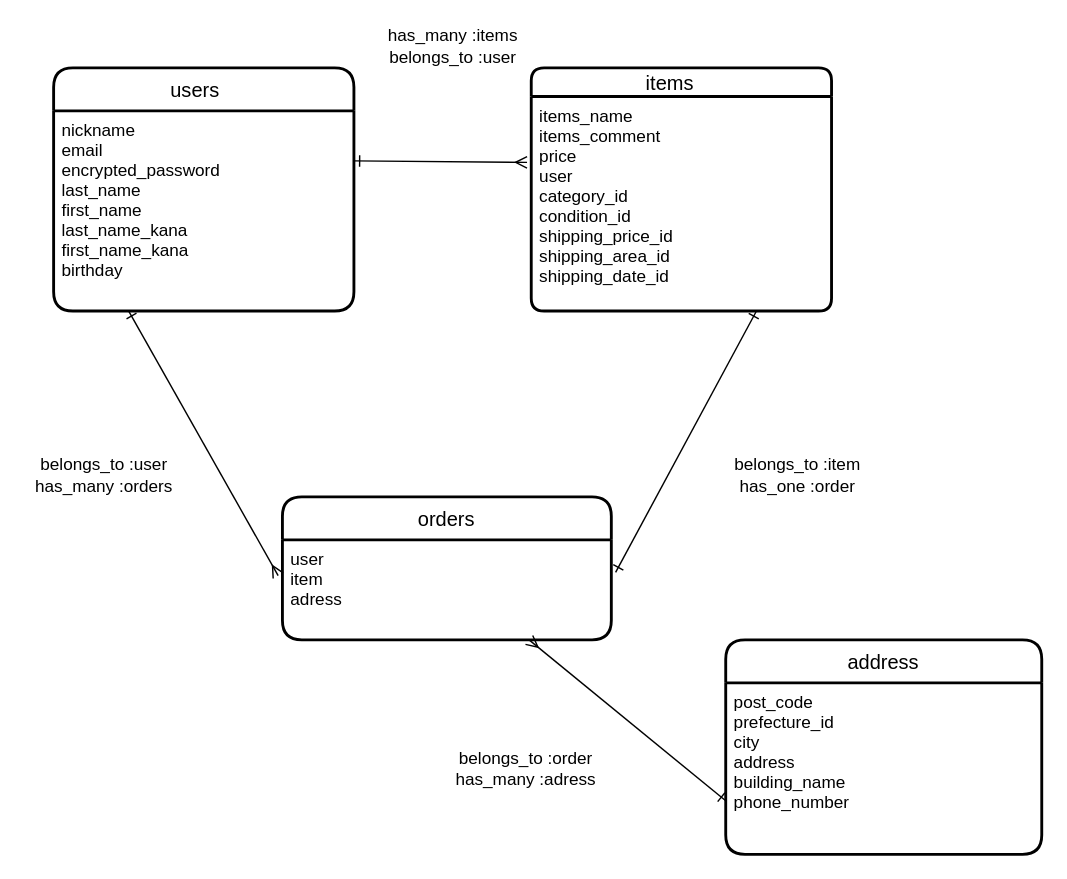
mattyo7126/furima-37635 keeps this draw.io diagram as app/controllers/furima.dio. Above is the earlier version. Source tidied: cells renumbered, new cells numbered last; positions are measured from the earlier drawing's top-left corner, leaving out a move shared by most shapes. Both pictures are drawn from the tidied source at 143%, with x=0, y=0 at pixel (24, 24).
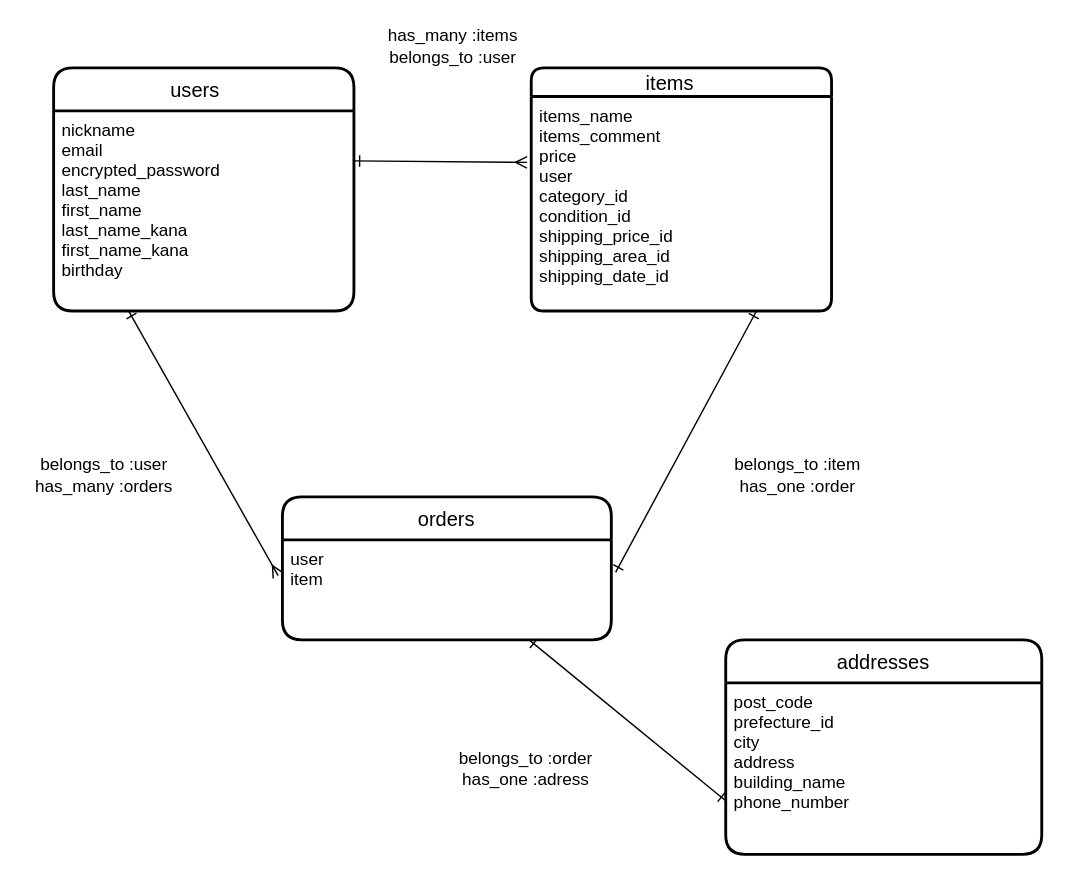
After the change.

Commit message (it also covers changes not shown here):
データベース設計再修正

The edit, as a diff of the source:
```diff
@@
 <mxGraphModel>
   <root>
     <mxCell id="0" />
     <mxCell id="1" parent="0" />
     <mxCell id="2" value="users   " style="swimlane;horizontal=1;startSize=30;rounded=1;fontSize=14;fontStyle=0;strokeWidth=2;shadow=0;dashed=0;align=center;" parent="1" vertex="1">
       <mxGeometry x="20" y="30" width="210" height="170" as="geometry" />
     </mxCell>
     <mxCell id="3" value="nickname&#10;email&#10;encrypted_password&#10;last_name&#10;first_name&#10;last_name_kana&#10;first_name_kana&#10;birthday" style="align=left;strokeColor=none;fillColor=none;spacingLeft=4;fontSize=12;verticalAlign=top;" parent="2" vertex="1">
       <mxGeometry y="30" width="210" height="140" as="geometry" />
     </mxCell>
     <mxCell id="4" value="items    " style="swimlane;horizontal=1;startSize=20;rounded=1;fontSize=14;fontStyle=0;strokeWidth=2;shadow=0;dashed=0;align=center;" parent="1" vertex="1">
       <mxGeometry x="354" y="30" width="210" height="170" as="geometry" />
     </mxCell>
     <mxCell id="5" value="items_name&#10;items_comment&#10;price&#10;user&#10;category_id&#10;condition_id&#10;shipping_price_id&#10;shipping_area_id&#10;shipping_date_id" style="align=left;strokeColor=none;fillColor=none;spacingLeft=4;fontSize=12;verticalAlign=top;" parent="4" vertex="1">
       <mxGeometry y="20" width="210" height="150" as="geometry" />
     </mxCell>
     <mxCell id="6" value="orders" style="swimlane;horizontal=1;startSize=30;rounded=1;fontSize=14;fontStyle=0;strokeWidth=2;shadow=0;dashed=0;align=center;" parent="1" vertex="1">
       <mxGeometry x="180" y="330" width="230" height="100" as="geometry" />
     </mxCell>
-    <mxCell id="7" value="user&#10;item&#10;adress" style="align=left;strokeColor=none;fillColor=none;spacingLeft=4;fontSize=12;verticalAlign=top;" parent="6" vertex="1">
+    <mxCell id="7" value="user&#10;item" style="align=left;strokeColor=none;fillColor=none;spacingLeft=4;fontSize=12;verticalAlign=top;" parent="6" vertex="1">
       <mxGeometry y="30" width="230" height="70" as="geometry" />
     </mxCell>
     <mxCell id="8" style="edgeStyle=none;html=1;exitX=1;exitY=0.25;exitDx=0;exitDy=0;endArrow=ERmany;endFill=0;startArrow=ERone;startFill=0;entryX=-0.014;entryY=0.307;entryDx=0;entryDy=0;entryPerimeter=0;" parent="1" edge="1" source="3" target="5">
       <mxGeometry relative="1" as="geometry" />
     </mxCell>
     <mxCell id="9" style="edgeStyle=none;html=1;exitX=0.25;exitY=1;exitDx=0;exitDy=0;entryX=-0.013;entryY=0.358;entryDx=0;entryDy=0;entryPerimeter=0;startArrow=ERone;startFill=0;endArrow=ERmany;endFill=0;" parent="1" edge="1" source="3" target="7">
       <mxGeometry relative="1" as="geometry" />
     </mxCell>
     <mxCell id="10" style="html=1;exitX=0.75;exitY=1;exitDx=0;exitDy=0;entryX=1.013;entryY=0.325;entryDx=0;entryDy=0;entryPerimeter=0;startArrow=ERone;startFill=0;endArrow=ERone;endFill=0;" parent="1" edge="1" source="5" target="7">
       <mxGeometry relative="1" as="geometry" />
     </mxCell>
     <mxCell id="11" value="has_many :items&lt;br&gt;belongs_to :user" style="text;html=1;align=center;verticalAlign=middle;fillColor=none;strokeColor=none;rounded=0;" parent="1" vertex="1">
       <mxGeometry x="244" width="110" height="30" as="geometry" />
     </mxCell>
     <mxCell id="12" value="belongs_to :item&lt;br&gt;has_one :order" style="text;html=1;align=center;verticalAlign=middle;strokeColor=none;fillColor=none;" parent="1" vertex="1">
       <mxGeometry x="490" y="300" width="100" height="30" as="geometry" />
     </mxCell>
     <mxCell id="13" value="belongs_to :user&lt;br&gt;has_many :orders" style="text;html=1;align=center;verticalAlign=middle;fillColor=none;strokeColor=none;rounded=0;" parent="1" vertex="1">
       <mxGeometry y="300" width="110" height="30" as="geometry" />
     </mxCell>
-    <mxCell id="14" value="address" style="swimlane;horizontal=1;startSize=30;rounded=1;fontSize=14;fontStyle=0;strokeWidth=2;shadow=0;dashed=0;align=center;" parent="1" vertex="1">
+    <mxCell id="14" value="addresses" style="swimlane;horizontal=1;startSize=30;rounded=1;fontSize=14;fontStyle=0;strokeWidth=2;shadow=0;dashed=0;align=center;" parent="1" vertex="1">
       <mxGeometry x="490" y="430" width="221" height="150" as="geometry" />
     </mxCell>
     <mxCell id="15" value="post_code&#10;prefecture_id&#10;city&#10;address&#10;building_name&#10;phone_number" style="align=left;strokeColor=none;fillColor=none;spacingLeft=4;fontSize=12;verticalAlign=top;" parent="14" vertex="1">
       <mxGeometry y="30" width="221" height="120" as="geometry" />
     </mxCell>
-    <mxCell id="16" style="edgeStyle=none;html=1;exitX=0.75;exitY=1;exitDx=0;exitDy=0;entryX=0;entryY=0.75;entryDx=0;entryDy=0;startArrow=ERmany;startFill=0;endArrow=ERone;endFill=0;" parent="1" edge="1" source="7" target="14">
+    <mxCell id="16" style="edgeStyle=none;html=1;exitX=0.75;exitY=1;exitDx=0;exitDy=0;entryX=0;entryY=0.75;entryDx=0;entryDy=0;startArrow=ERone;startFill=0;endArrow=ERone;endFill=0;" parent="1" edge="1" source="7" target="14">
       <mxGeometry relative="1" as="geometry" />
     </mxCell>
-    <mxCell id="17" value="belongs_to :order&lt;br&gt;has_many :adress" style="text;html=1;align=center;verticalAlign=middle;fillColor=none;strokeColor=none;rounded=0;" parent="1" vertex="1">
+    <mxCell id="17" value="belongs_to :order&lt;br&gt;has_one :adress" style="text;html=1;align=center;verticalAlign=middle;fillColor=none;strokeColor=none;rounded=0;" parent="1" vertex="1">
       <mxGeometry x="295" y="505" width="110" height="30" as="geometry" />
     </mxCell>
   </root>
 </mxGraphModel>
```
